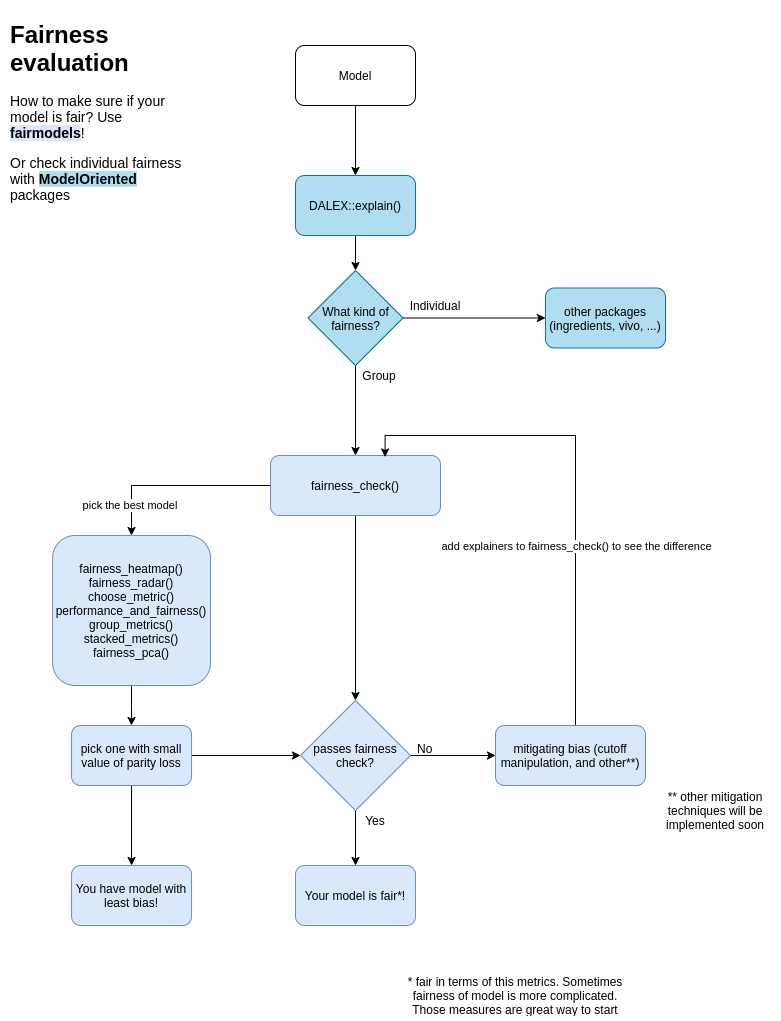
Before: man/figures/flowchart.png, a diagram exported from draw.io (ModelOriented/fairmodels). Source tidied: cells renumbered, new cells last; positions are measured from the earlier drawing's top-left corner, leaving out a move shared by most shapes.
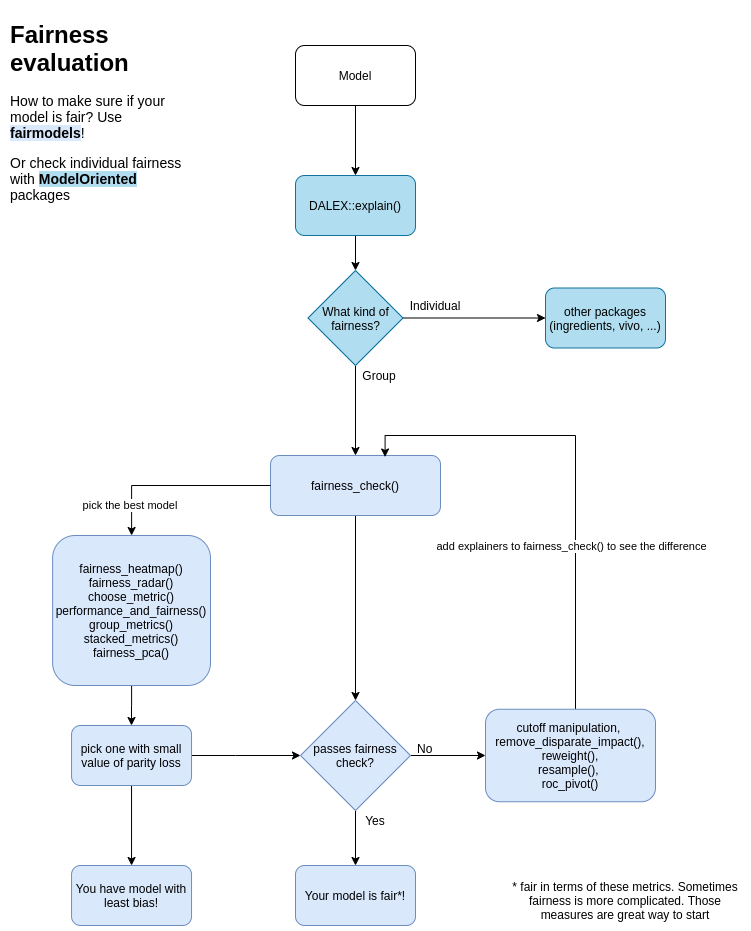
After the commit.

Diff of the diagram source:
```diff
@@ -63,8 +63,8 @@
         <mxPoint x="52.8" y="106" as="offset" />
       </mxGeometry>
     </mxCell>
-    <mxCell id="20" value="mitigating bias (cutoff manipulation, and other**)" style="rounded=1;whiteSpace=wrap;html=1;fillColor=#dae8fc;strokeColor=#6c8ebf;" parent="1" vertex="1">
-      <mxGeometry x="490" y="710" width="150" height="60" as="geometry" />
+    <mxCell id="20" value="cutoff manipulation, &lt;br&gt;remove_disparate_impact(), reweight(),&lt;br&gt;resample(), &lt;br&gt;roc_pivot()" style="rounded=1;whiteSpace=wrap;html=1;fillColor=#dae8fc;strokeColor=#6c8ebf;" parent="1" vertex="1">
+      <mxGeometry x="480" y="693.8" width="170" height="92.5" as="geometry" />
     </mxCell>
     <mxCell id="21" value="Your model is fair*!" style="rounded=1;whiteSpace=wrap;html=1;strokeWidth=1;fillColor=#dae8fc;strokeColor=#6c8ebf;" parent="1" vertex="1">
       <mxGeometry x="290" y="850" width="120" height="60" as="geometry" />
@@ -103,11 +103,8 @@
     <mxCell id="30" value="You have model with least bias!" style="rounded=1;whiteSpace=wrap;html=1;strokeWidth=1;fillColor=#dae8fc;strokeColor=#6c8ebf;" parent="1" vertex="1">
       <mxGeometry x="66" y="850" width="120" height="60" as="geometry" />
     </mxCell>
-    <mxCell id="31" value="* fair in terms of this metrics. Sometimes fairness of model is more complicated. Those measures are great way to start" style="text;html=1;strokeColor=none;fillColor=none;align=center;verticalAlign=middle;whiteSpace=wrap;rounded=0;" parent="1" vertex="1">
-      <mxGeometry x="390" y="970" width="240" height="20" as="geometry" />
+    <mxCell id="31" value="* fair in terms of these metrics. Sometimes fairness is more complicated. Those measures are great way to start" style="text;html=1;strokeColor=none;fillColor=none;align=center;verticalAlign=middle;whiteSpace=wrap;rounded=0;" parent="1" vertex="1">
+      <mxGeometry x="500" y="860" width="240" height="50" as="geometry" />
     </mxCell>
-    <mxCell id="32" value="** other mitigation techniques will be implemented soon" style="text;html=1;strokeColor=none;fillColor=none;align=center;verticalAlign=middle;whiteSpace=wrap;rounded=0;" parent="1" vertex="1">
-      <mxGeometry x="650" y="780" width="120" height="30" as="geometry" />
-    </mxCell>
   </root>
 </mxGraphModel>
```
